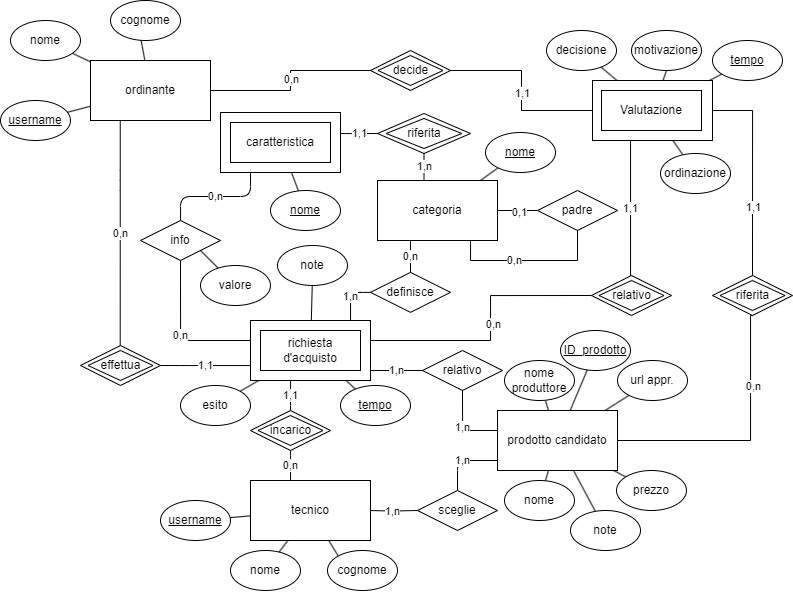
Earlier version of the draw.io export assets/ER_ristrutturato.png (StefanoElisio/Progetto-base-di-dati). Source tidied: cells renumbered, new cells last; positions are measured from the earlier drawing's top-left corner, leaving out a move shared by most shapes.
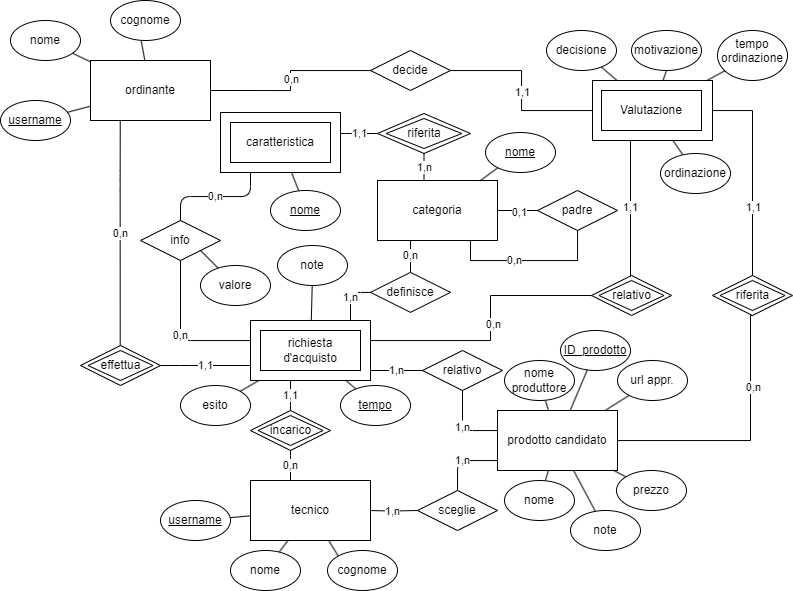
Above is the later version.

Change to the diagram source:
```diff
@@ -402,15 +402,12 @@
     <mxCell id="105" value="0,n" style="edgeLabel;html=1;align=center;verticalAlign=middle;" parent="104" vertex="1">
       <mxGeometry x="-0.44" y="2" relative="1" as="geometry" />
     </mxCell>
-    <mxCell id="106" style="group;" parent="1" vertex="1">
+    <mxCell id="106" value="decide" style="group;verticalAlign=middle;" parent="1" vertex="1">
       <mxGeometry x="370" y="50" width="80" height="40" as="geometry" />
     </mxCell>
-    <mxCell id="107" style="rhombus;whiteSpace=wrap;html=1;" parent="106" vertex="1">
+    <mxCell id="107" value="decide" style="rhombus;whiteSpace=wrap;html=1;" parent="106" vertex="1">
       <mxGeometry width="80" height="40" as="geometry" />
     </mxCell>
-    <mxCell id="108" value="decide" style="rhombus;whiteSpace=wrap;html=1;" parent="106" vertex="1">
-      <mxGeometry x="7.5" y="5" width="65" height="30" as="geometry" />
-    </mxCell>
     <mxCell id="109" style="edgeStyle=orthogonalEdgeStyle;rounded=0;jettySize=auto;html=1;endArrow=none;endFill=0;" parent="1" edge="1" source="107" target="91">
       <mxGeometry relative="1" as="geometry">
         <Array as="points">
@@ -431,8 +428,8 @@
     <mxCell id="113" style="rounded=0;jettySize=auto;html=1;endArrow=none;endFill=0;" parent="1" edge="1" source="114" target="91">
       <mxGeometry relative="1" as="geometry" />
     </mxCell>
-    <mxCell id="114" value="tempo" style="ellipse;whiteSpace=wrap;html=1;fontStyle=4;" parent="1" vertex="1">
-      <mxGeometry x="712" y="40" width="70" height="40" as="geometry" />
+    <mxCell id="114" value="tempo&lt;div&gt;ordinazione&lt;/div&gt;" style="ellipse;whiteSpace=wrap;html=1;fontStyle=0;verticalAlign=top;align=center;" parent="1" vertex="1">
+      <mxGeometry x="717" y="30" width="70" height="50" as="geometry" />
     </mxCell>
     <mxCell id="115" style="rounded=0;jettySize=auto;html=1;endArrow=none;endFill=0;" parent="1" edge="1" source="116" target="91">
       <mxGeometry relative="1" as="geometry" />
```
